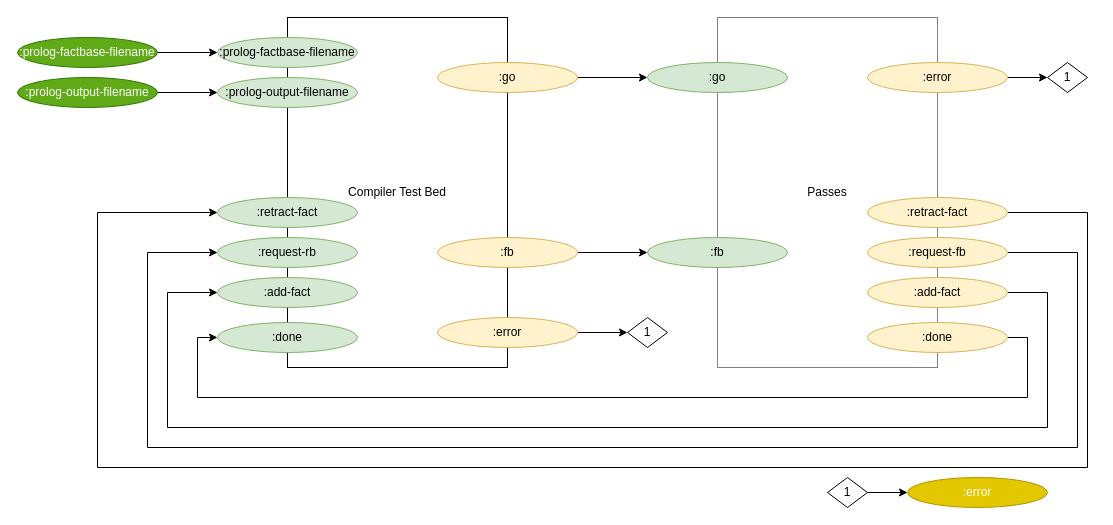
This is page "Compiler Internal" (2 of 10) of svg/cl-compiler/doc/compiler-test-bed.drawio from bmfbp/bmfbp, a draw.io file, before an edit. Source tidied: cells renumbered, new cells numbered last; positions are measured from the earlier drawing's top-left corner, leaving out a move shared by most shapes. Both pictures are drawn from the tidied source at 100%, with x=0, y=0 at pixel (17, 17).
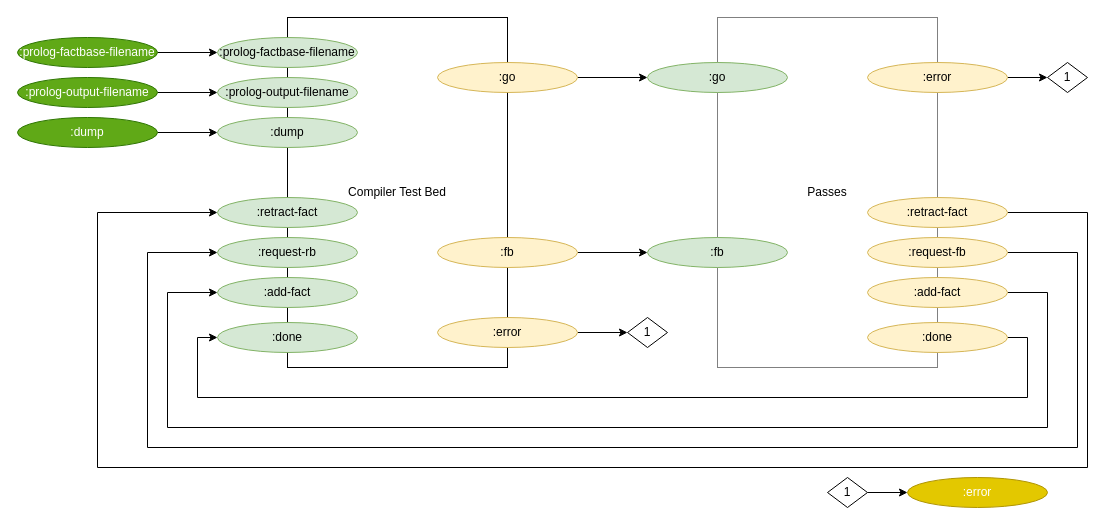
Above is the later version.

Commit message (it also covers changes not shown here):
dump factbase to test.prolog at end of run

Diff of the diagram source:
```diff
@@
+    <mxCell id="37" style="edgeStyle=orthogonalEdgeStyle;rounded=0;jettySize=auto;html=1;exitX=1;exitY=0.5;exitDx=0;exitDy=0;" parent="1" edge="1" source="38" target="39">
+      <mxGeometry relative="1" as="geometry" />
+    </mxCell>
+    <mxCell id="38" value=":dump" style="ellipse;whiteSpace=wrap;html=1;fillColor=#60a917;strokeColor=#2D7600;fontColor=#ffffff;" parent="1" vertex="1">
+      <mxGeometry y="100" width="140" height="30" as="geometry" />
+    </mxCell>
+    <mxCell id="39" value=":dump" style="ellipse;whiteSpace=wrap;html=1;fillColor=#d5e8d4;strokeColor=#82b366;" parent="1" vertex="1">
+      <mxGeometry x="200" y="100" width="140" height="30" as="geometry" />
+    </mxCell>
```
